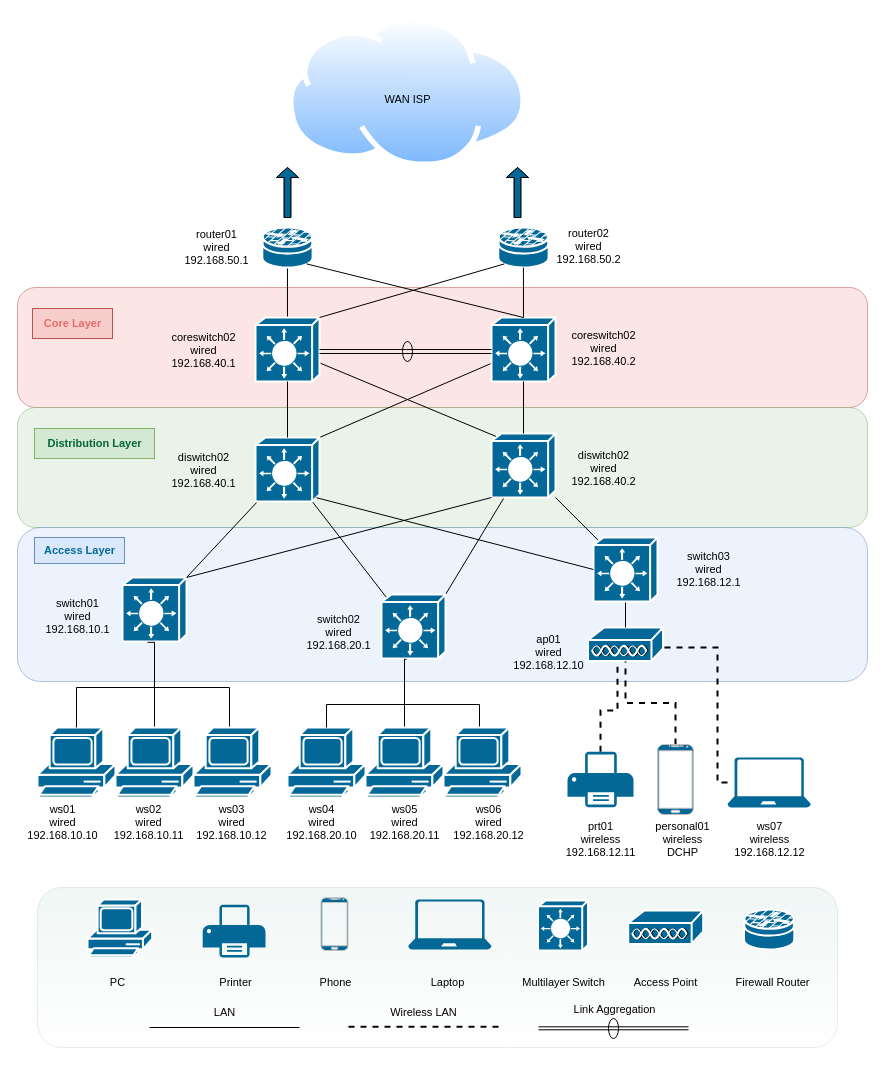
Reaimua/Network-Architecture-Project keeps this draw.io diagram as page "Tier3" (2 of 2) of SuperNetwork.drawio. Above is the earlier version. Source tidied: cells renumbered, new cells numbered last; positions are measured from the earlier drawing's top-left corner, leaving out a move shared by most shapes. Both pictures are drawn from the tidied source at 100%, with x=0, y=0 at pixel (17, 17).
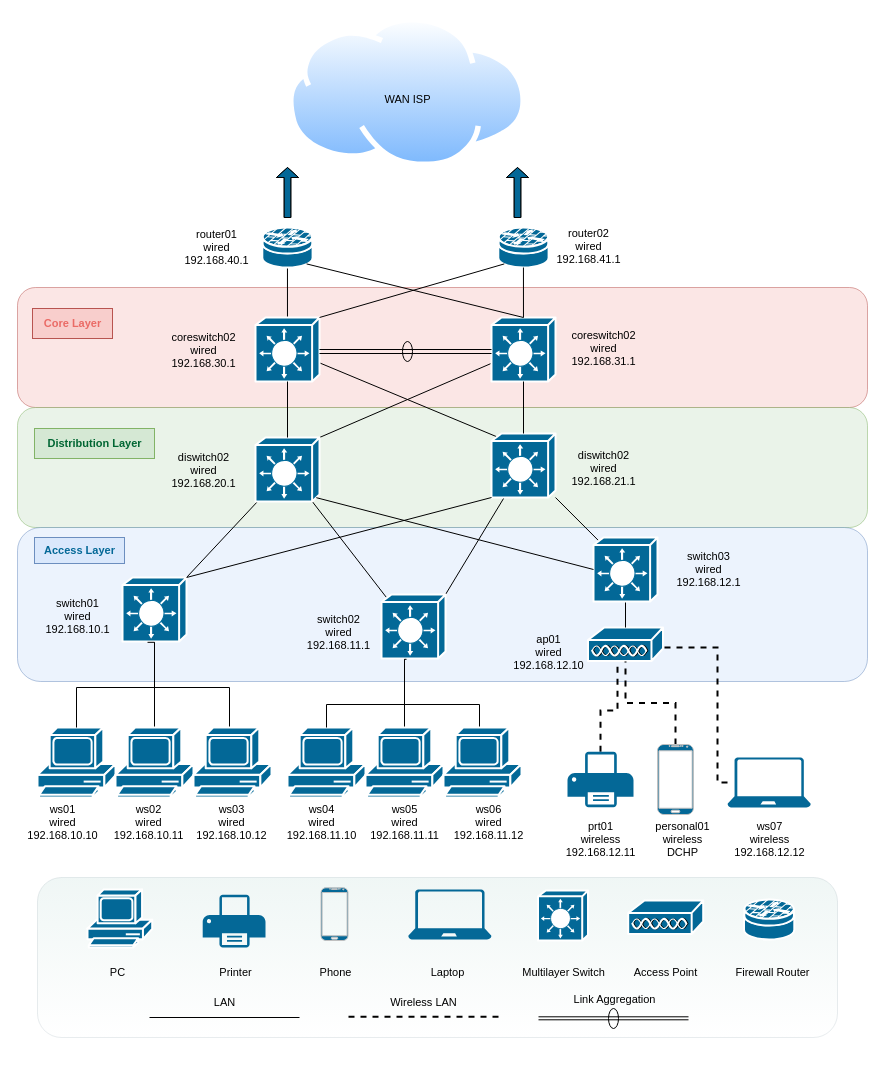
After the change.

Diff of the diagram source:
```diff
@@
     <mxCell id="2" style="rounded=1;whiteSpace=wrap;html=1;fontFamily=Helvetica;fontSize=11;glass=0;opacity=10;fillColor=default;strokeColor=#23445d;gradientColor=#67AB9F;gradientDirection=north;" parent="1" vertex="1">
-      <mxGeometry x="20" y="870" width="800" height="160" as="geometry" />
+      <mxGeometry x="20" y="860" width="800" height="160" as="geometry" />
     </mxCell>
@@
-    <mxCell id="41" value="switch02&lt;br&gt;wired&lt;br&gt;192.168.20.1" style="text;html=1;align=center;verticalAlign=middle;strokeColor=none;fillColor=none;fontSize=11;fontFamily=Helvetica;fontColor=default;" parent="1" vertex="1">
+    <mxCell id="41" value="switch02&lt;br&gt;wired&lt;br&gt;192.168.11.1" style="text;html=1;align=center;verticalAlign=middle;strokeColor=none;fillColor=none;fontSize=11;fontFamily=Helvetica;fontColor=default;" parent="1" vertex="1">
       <mxGeometry x="276" y="590" width="90" height="50" as="geometry" />
     </mxCell>
@@
-    <mxCell id="46" value="ws04&lt;br&gt;wired&lt;br&gt;192.168.20.10" style="text;html=1;align=center;verticalAlign=middle;strokeColor=none;fillColor=none;fontSize=11;fontFamily=Helvetica;fontColor=default;" parent="1" vertex="1">
+    <mxCell id="46" value="ws04&lt;br&gt;wired&lt;br&gt;192.168.11.10" style="text;html=1;align=center;verticalAlign=middle;strokeColor=none;fillColor=none;fontSize=11;fontFamily=Helvetica;fontColor=default;" parent="1" vertex="1">
       <mxGeometry x="259" y="780" width="90" height="50" as="geometry" />
     </mxCell>
-    <mxCell id="47" value="ws05&lt;br&gt;wired&lt;br&gt;192.168.20.11" style="text;html=1;align=center;verticalAlign=middle;strokeColor=none;fillColor=none;fontSize=11;fontFamily=Helvetica;fontColor=default;" parent="1" vertex="1">
+    <mxCell id="47" value="ws05&lt;br&gt;wired&lt;br&gt;192.168.11.11" style="text;html=1;align=center;verticalAlign=middle;strokeColor=none;fillColor=none;fontSize=11;fontFamily=Helvetica;fontColor=default;" parent="1" vertex="1">
       <mxGeometry x="342" y="780" width="90" height="50" as="geometry" />
     </mxCell>
-    <mxCell id="48" value="ws06&lt;br&gt;wired&lt;br&gt;192.168.20.12" style="text;html=1;align=center;verticalAlign=middle;strokeColor=none;fillColor=none;fontSize=11;fontFamily=Helvetica;fontColor=default;" parent="1" vertex="1">
+    <mxCell id="48" value="ws06&lt;br&gt;wired&lt;br&gt;192.168.11.12" style="text;html=1;align=center;verticalAlign=middle;strokeColor=none;fillColor=none;fontSize=11;fontFamily=Helvetica;fontColor=default;" parent="1" vertex="1">
       <mxGeometry x="426" y="780" width="90" height="50" as="geometry" />
     </mxCell>
@@
-    <mxCell id="68" value="router01&lt;br&gt;wired&lt;br&gt;192.168.50.1" style="text;html=1;align=center;verticalAlign=middle;strokeColor=none;fillColor=none;fontSize=11;fontFamily=Helvetica;fontColor=default;" parent="1" vertex="1">
+    <mxCell id="68" value="router01&lt;br&gt;wired&lt;br&gt;192.168.40.1" style="text;html=1;align=center;verticalAlign=middle;strokeColor=none;fillColor=none;fontSize=11;fontFamily=Helvetica;fontColor=default;" parent="1" vertex="1">
       <mxGeometry x="154" y="205" width="90" height="50" as="geometry" />
     </mxCell>
-    <mxCell id="69" value="router02&lt;br&gt;wired&lt;br&gt;192.168.50.2" style="text;html=1;align=center;verticalAlign=middle;strokeColor=none;fillColor=none;fontSize=11;fontFamily=Helvetica;fontColor=default;" parent="1" vertex="1">
+    <mxCell id="69" value="router02&lt;br&gt;wired&lt;br&gt;192.168.41.1" style="text;html=1;align=center;verticalAlign=middle;strokeColor=none;fillColor=none;fontSize=11;fontFamily=Helvetica;fontColor=default;" parent="1" vertex="1">
       <mxGeometry x="526" y="204" width="90" height="50" as="geometry" />
     </mxCell>
@@
-    <mxCell id="76" value="diswitch02&lt;br&gt;wired&lt;br&gt;192.168.40.2" style="text;html=1;align=center;verticalAlign=middle;strokeColor=none;fillColor=none;fontSize=11;fontFamily=Helvetica;fontColor=default;" parent="1" vertex="1">
+    <mxCell id="76" value="diswitch02&lt;br&gt;wired&lt;br&gt;192.168.21.1" style="text;html=1;align=center;verticalAlign=middle;strokeColor=none;fillColor=none;fontSize=11;fontFamily=Helvetica;fontColor=default;" parent="1" vertex="1">
       <mxGeometry x="541" y="426" width="90" height="50" as="geometry" />
     </mxCell>
-    <mxCell id="77" value="diswitch02&lt;br&gt;wired&lt;br&gt;192.168.40.1" style="text;html=1;align=center;verticalAlign=middle;strokeColor=none;fillColor=none;fontSize=11;fontFamily=Helvetica;fontColor=default;" parent="1" vertex="1">
+    <mxCell id="77" value="diswitch02&lt;br&gt;wired&lt;br&gt;192.168.20.1" style="text;html=1;align=center;verticalAlign=middle;strokeColor=none;fillColor=none;fontSize=11;fontFamily=Helvetica;fontColor=default;" parent="1" vertex="1">
       <mxGeometry x="141" y="428" width="90" height="50" as="geometry" />
     </mxCell>
-    <mxCell id="78" value="coreswitch02&lt;br&gt;wired&lt;br&gt;192.168.40.2" style="text;html=1;align=center;verticalAlign=middle;strokeColor=none;fillColor=none;fontSize=11;fontFamily=Helvetica;fontColor=default;" parent="1" vertex="1">
-      <mxGeometry x="544" y="304" width="83" height="53" as="geometry" />
+    <mxCell id="78" value="coreswitch02&lt;br&gt;wired&lt;br&gt;192.168.31.1" style="text;html=1;align=center;verticalAlign=middle;strokeColor=none;fillColor=none;fontSize=11;fontFamily=Helvetica;fontColor=default;" parent="1" vertex="1">
+      <mxGeometry x="541" y="306" width="90" height="50" as="geometry" />
     </mxCell>
-    <mxCell id="79" value="coreswitch02&lt;br&gt;wired&lt;br&gt;192.168.40.1" style="text;html=1;align=center;verticalAlign=middle;strokeColor=none;fillColor=none;fontSize=11;fontFamily=Helvetica;fontColor=default;" parent="1" vertex="1">
-      <mxGeometry x="144" y="306" width="83" height="53" as="geometry" />
+    <mxCell id="79" value="coreswitch02&lt;br&gt;wired&lt;br&gt;192.168.30.1" style="text;html=1;align=center;verticalAlign=middle;strokeColor=none;fillColor=none;fontSize=11;fontFamily=Helvetica;fontColor=default;" parent="1" vertex="1">
+      <mxGeometry x="141" y="308" width="90" height="50" as="geometry" />
     </mxCell>
     <mxCell id="80" style="shape=mxgraph.cisco.computers_and_peripherals.pc;html=1;dashed=0;fillColor=#036897;strokeColor=#ffffff;strokeWidth=2;verticalLabelPosition=bottom;verticalAlign=top;align=center;" parent="1" vertex="1">
-      <mxGeometry x="70" y="881.9" width="64.7" height="58.1" as="geometry" />
+      <mxGeometry x="70" y="871.9" width="64.7" height="58.1" as="geometry" />
     </mxCell>
     <mxCell id="81" style="sketch=0;shadow=0;dashed=0;html=1;strokeColor=none;fillColor=#046897;labelPosition=center;verticalLabelPosition=bottom;verticalAlign=top;align=center;shape=mxgraph.office.devices.printer;fontFamily=Helvetica;fontSize=11;fontColor=default;" parent="1" vertex="1">
-      <mxGeometry x="185.2" y="887.3" width="62.8" height="52.7" as="geometry" />
+      <mxGeometry x="185.2" y="877.3" width="62.8" height="52.7" as="geometry" />
     </mxCell>
     <mxCell id="82" style="verticalLabelPosition=bottom;verticalAlign=top;html=1;shadow=0;dashed=0;strokeWidth=1;shape=mxgraph.android.phone2;strokeColor=#c0c0c0;fontFamily=Helvetica;fontSize=11;fontColor=default;fillColor=#046897;" parent="1" vertex="1">
-      <mxGeometry x="303.5" y="880.3" width="27" height="52.7" as="geometry" />
+      <mxGeometry x="303.5" y="870.3" width="27" height="52.7" as="geometry" />
     </mxCell>
     <mxCell id="83" style="sketch=0;shadow=0;dashed=0;html=1;strokeColor=none;labelPosition=center;verticalLabelPosition=bottom;verticalAlign=top;align=center;fillColor=#046897;shape=mxgraph.azure.laptop;fontFamily=Helvetica;fontSize=11;fontColor=default;" parent="1" vertex="1">
-      <mxGeometry x="390.7" y="882" width="83.3" height="50" as="geometry" />
+      <mxGeometry x="390.7" y="872" width="83.3" height="50" as="geometry" />
     </mxCell>
     <mxCell id="84" style="shape=mxgraph.cisco.switches.layer_3_switch;html=1;dashed=0;fillColor=#036897;strokeColor=#ffffff;strokeWidth=2;verticalLabelPosition=bottom;verticalAlign=top;align=center;fontFamily=Helvetica;fontSize=11;fontColor=default;" parent="1" vertex="1">
-      <mxGeometry x="520.5" y="883" width="50" height="50" as="geometry" />
+      <mxGeometry x="520.5" y="873" width="50" height="50" as="geometry" />
     </mxCell>
     <mxCell id="85" style="shape=mxgraph.cisco.security.router_firewall;html=1;dashed=0;fillColor=#036897;strokeColor=#ffffff;strokeWidth=2;verticalLabelPosition=bottom;verticalAlign=top;align=center;fontFamily=Helvetica;fontSize=11;fontColor=default;" parent="1" vertex="1">
-      <mxGeometry x="726.5" y="892" width="50.3" height="40" as="geometry" />
+      <mxGeometry x="726.5" y="882" width="50.3" height="40" as="geometry" />
     </mxCell>
     <mxCell id="86" style="shape=mxgraph.cisco.misc.access_point;html=1;dashed=0;fillColor=#036897;strokeColor=#ffffff;strokeWidth=2;verticalLabelPosition=bottom;verticalAlign=top;align=center;fontFamily=Helvetica;fontSize=11;fontColor=default;" parent="1" vertex="1">
-      <mxGeometry x="610.7" y="893" width="75" height="34" as="geometry" />
+      <mxGeometry x="610.7" y="883" width="75" height="34" as="geometry" />
     </mxCell>
     <mxCell id="87" value="PC" style="text;html=1;align=center;verticalAlign=middle;strokeColor=none;fillColor=none;fontSize=11;fontFamily=Helvetica;fontColor=default;" parent="1" vertex="1">
-      <mxGeometry x="80" y="950" width="40" height="30" as="geometry" />
+      <mxGeometry x="80" y="940" width="40" height="30" as="geometry" />
     </mxCell>
     <mxCell id="88" value="Printer" style="text;html=1;align=center;verticalAlign=middle;strokeColor=none;fillColor=none;fontSize=11;fontFamily=Helvetica;fontColor=default;" parent="1" vertex="1">
-      <mxGeometry x="188" y="950" width="60" height="30" as="geometry" />
+      <mxGeometry x="188" y="940" width="60" height="30" as="geometry" />
     </mxCell>
     <mxCell id="89" value="Phone" style="text;html=1;align=center;verticalAlign=middle;strokeColor=none;fillColor=none;fontSize=11;fontFamily=Helvetica;fontColor=default;" parent="1" vertex="1">
-      <mxGeometry x="288" y="950" width="60" height="30" as="geometry" />
+      <mxGeometry x="288" y="940" width="60" height="30" as="geometry" />
     </mxCell>
     <mxCell id="90" value="Laptop" style="text;html=1;align=center;verticalAlign=middle;strokeColor=none;fillColor=none;fontSize=11;fontFamily=Helvetica;fontColor=default;" parent="1" vertex="1">
-      <mxGeometry x="400" y="950" width="60" height="30" as="geometry" />
+      <mxGeometry x="400" y="940" width="60" height="30" as="geometry" />
     </mxCell>
     <mxCell id="91" value="Multilayer Switch" style="text;html=1;align=center;verticalAlign=middle;strokeColor=none;fillColor=none;fontSize=11;fontFamily=Helvetica;fontColor=default;" parent="1" vertex="1">
-      <mxGeometry x="490.5" y="950" width="110" height="30" as="geometry" />
+      <mxGeometry x="490.5" y="940" width="110" height="30" as="geometry" />
     </mxCell>
     <mxCell id="92" value="Access Point" style="text;html=1;align=center;verticalAlign=middle;strokeColor=none;fillColor=none;fontSize=11;fontFamily=Helvetica;fontColor=default;" parent="1" vertex="1">
-      <mxGeometry x="603.2" y="950" width="90" height="30" as="geometry" />
+      <mxGeometry x="603.2" y="940" width="90" height="30" as="geometry" />
     </mxCell>
     <mxCell id="93" value="Firewall Router" style="text;html=1;align=center;verticalAlign=middle;strokeColor=none;fillColor=none;fontSize=11;fontFamily=Helvetica;fontColor=default;" parent="1" vertex="1">
-      <mxGeometry x="705" y="950" width="100" height="30" as="geometry" />
+      <mxGeometry x="705" y="940" width="100" height="30" as="geometry" />
     </mxCell>
     <mxCell id="94" style="endArrow=none;html=1;rounded=0;labelBackgroundColor=default;strokeColor=default;align=center;verticalAlign=middle;fontFamily=Helvetica;fontSize=11;fontColor=default;shape=connector;" parent="1" edge="1">
       <mxGeometry relative="1" as="geometry">
-        <mxPoint x="132" y="1010" as="sourcePoint" />
-        <mxPoint x="282" y="1010" as="targetPoint" />
+        <mxPoint x="132" y="1000" as="sourcePoint" />
+        <mxPoint x="282" y="1000" as="targetPoint" />
       </mxGeometry>
     </mxCell>
     <mxCell id="95" value="LAN" style="text;html=1;align=center;verticalAlign=middle;strokeColor=none;fillColor=none;fontSize=11;fontFamily=Helvetica;fontColor=default;" parent="1" vertex="1">
-      <mxGeometry x="187" y="980" width="40" height="30" as="geometry" />
+      <mxGeometry x="187" y="970" width="40" height="30" as="geometry" />
     </mxCell>
     <mxCell id="96" value="Wireless LAN" style="text;html=1;align=center;verticalAlign=middle;strokeColor=none;fillColor=none;fontSize=11;fontFamily=Helvetica;fontColor=default;" parent="1" vertex="1">
-      <mxGeometry x="361" y="980" width="90" height="30" as="geometry" />
+      <mxGeometry x="361" y="970" width="90" height="30" as="geometry" />
     </mxCell>
     <mxCell id="97" style="endArrow=none;html=1;rounded=0;labelBackgroundColor=default;strokeColor=default;align=center;verticalAlign=middle;fontFamily=Helvetica;fontSize=11;fontColor=default;shape=connector;dashed=1;strokeWidth=2;" parent="1" edge="1">
       <mxGeometry relative="1" as="geometry">
-        <mxPoint x="331" y="1009.3" as="sourcePoint" />
-        <mxPoint x="481" y="1009.3" as="targetPoint" />
+        <mxPoint x="331" y="999.3" as="sourcePoint" />
+        <mxPoint x="481" y="999.3" as="targetPoint" />
       </mxGeometry>
     </mxCell>
     <mxCell id="98" value="Link Aggregation" style="text;html=1;align=center;verticalAlign=middle;strokeColor=none;fillColor=none;fontSize=11;fontFamily=Helvetica;fontColor=default;" parent="1" vertex="1">
-      <mxGeometry x="542" y="977" width="110" height="30" as="geometry" />
+      <mxGeometry x="542" y="967" width="110" height="30" as="geometry" />
     </mxCell>
     <mxCell id="99" style="endArrow=none;html=1;rounded=0;labelBackgroundColor=default;strokeColor=default;align=center;verticalAlign=middle;fontFamily=Helvetica;fontSize=11;fontColor=default;shape=connector;strokeWidth=1;" parent="1" edge="1">
       <mxGeometry relative="1" as="geometry">
-        <mxPoint x="521" y="1009.3" as="sourcePoint" />
-        <mxPoint x="671" y="1009.3" as="targetPoint" />
+        <mxPoint x="521" y="999.3" as="sourcePoint" />
+        <mxPoint x="671" y="999.3" as="targetPoint" />
       </mxGeometry>
     </mxCell>
     <mxCell id="100" style="endArrow=none;html=1;rounded=0;labelBackgroundColor=default;strokeColor=default;align=center;verticalAlign=middle;fontFamily=Helvetica;fontSize=11;fontColor=default;shape=connector;strokeWidth=1;" parent="1" edge="1">
       <mxGeometry relative="1" as="geometry">
-        <mxPoint x="521" y="1012.3" as="sourcePoint" />
-        <mxPoint x="671" y="1012.3" as="targetPoint" />
+        <mxPoint x="521" y="1002.3" as="sourcePoint" />
+        <mxPoint x="671" y="1002.3" as="targetPoint" />
       </mxGeometry>
     </mxCell>
     <mxCell id="101" style="shape=ellipse;html=1;dashed=0;whiteSpace=wrap;perimeter=ellipsePerimeter;fontFamily=Helvetica;fontSize=11;fontColor=default;fillColor=none;rotation=90;" parent="1" vertex="1">
-      <mxGeometry x="586" y="1006" width="20" height="10" as="geometry" />
+      <mxGeometry x="586" y="996" width="20" height="10" as="geometry" />
     </mxCell>
```
